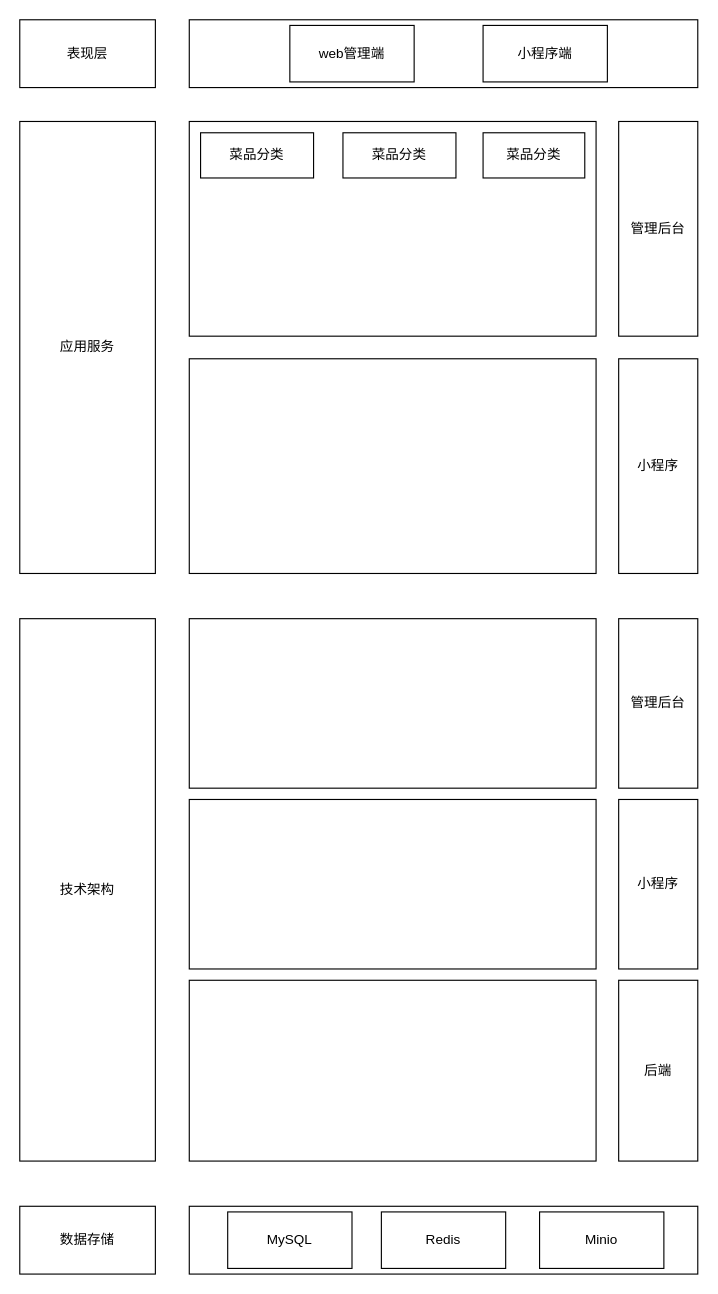
wuyuhang911/draw keeps this draw.io diagram as 系统层次.drawio. Above is the earlier version. Source tidied: cells renumbered, new cells numbered last; positions are measured from the earlier drawing's top-left corner, leaving out a move shared by most shapes. Both pictures are drawn from the tidied source at 113%, with x=0, y=0 at pixel (19, 19).
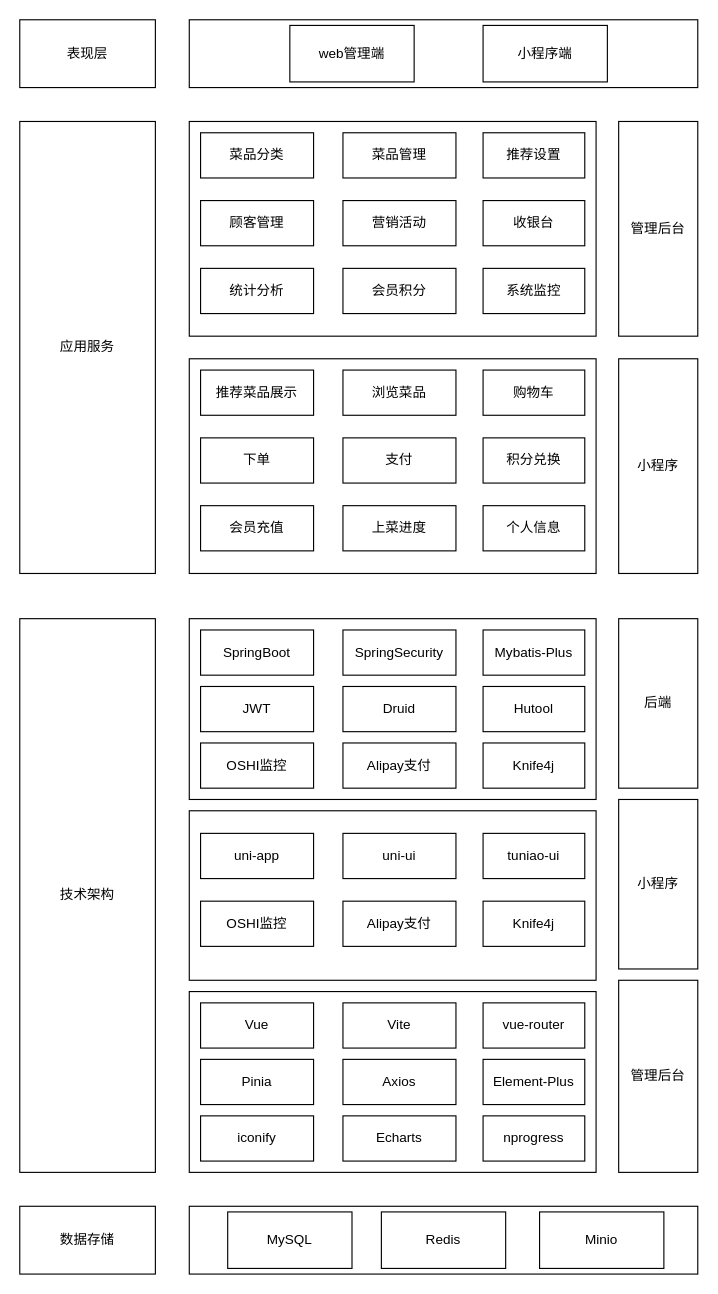
The same page after the edit.

Commit message (it also covers changes not shown here):
更新系统层次.drawio

The edit, as a diff of the source:
```diff
@@
     <mxCell id="7" value="技术架构" style="rounded=0;whiteSpace=wrap;html=1;" parent="1" vertex="1">
-      <mxGeometry y="530" width="120" height="480" as="geometry" />
+      <mxGeometry y="530" width="120" height="490" as="geometry" />
     </mxCell>
@@
     <mxCell id="13" style="rounded=0;whiteSpace=wrap;html=1;" parent="1" vertex="1">
-      <mxGeometry x="150" y="530" width="360" height="150" as="geometry" />
+      <mxGeometry x="150" y="530" width="360" height="160" as="geometry" />
     </mxCell>
-    <mxCell id="14" value="管理后台" style="rounded=0;whiteSpace=wrap;html=1;" parent="1" vertex="1">
+    <mxCell id="14" value="后端" style="rounded=0;whiteSpace=wrap;html=1;" parent="1" vertex="1">
       <mxGeometry x="530" y="530" width="70" height="150" as="geometry" />
     </mxCell>
     <mxCell id="15" style="rounded=0;whiteSpace=wrap;html=1;" parent="1" vertex="1">
-      <mxGeometry x="150" y="850" width="360" height="160" as="geometry" />
+      <mxGeometry x="150" y="860" width="360" height="160" as="geometry" />
     </mxCell>
-    <mxCell id="16" value="后端" style="rounded=0;whiteSpace=wrap;html=1;" parent="1" vertex="1">
-      <mxGeometry x="530" y="850" width="70" height="160" as="geometry" />
+    <mxCell id="16" value="管理后台" style="rounded=0;whiteSpace=wrap;html=1;" parent="1" vertex="1">
+      <mxGeometry x="530" y="850" width="70" height="170" as="geometry" />
     </mxCell>
@@
     <mxCell id="21" style="rounded=0;whiteSpace=wrap;html=1;" parent="1" vertex="1">
-      <mxGeometry x="150" y="690" width="360" height="150" as="geometry" />
+      <mxGeometry x="150" y="700" width="360" height="150" as="geometry" />
     </mxCell>
@@
-    <mxCell id="24" value="菜品分类" style="rounded=0;whiteSpace=wrap;html=1;" parent="1" vertex="1">
+    <mxCell id="24" value="菜品管理" style="rounded=0;whiteSpace=wrap;html=1;" parent="1" vertex="1">
       <mxGeometry x="286" y="100" width="100" height="40" as="geometry" />
     </mxCell>
-    <mxCell id="25" value="菜品分类" style="rounded=0;whiteSpace=wrap;html=1;" parent="1" vertex="1">
+    <mxCell id="25" value="推荐设置" style="rounded=0;whiteSpace=wrap;html=1;" parent="1" vertex="1">
       <mxGeometry x="410" y="100" width="90" height="40" as="geometry" />
     </mxCell>
+    <mxCell id="26" value="顾客管理" style="rounded=0;whiteSpace=wrap;html=1;" parent="1" vertex="1">
+      <mxGeometry x="160" y="160" width="100" height="40" as="geometry" />
+    </mxCell>
+    <mxCell id="27" value="统计分析" style="rounded=0;whiteSpace=wrap;html=1;" parent="1" vertex="1">
+      <mxGeometry x="160" y="220" width="100" height="40" as="geometry" />
+    </mxCell>
+    <mxCell id="28" value="营销活动" style="rounded=0;whiteSpace=wrap;html=1;" parent="1" vertex="1">
+      <mxGeometry x="286" y="160" width="100" height="40" as="geometry" />
+    </mxCell>
+    <mxCell id="29" value="会员积分" style="rounded=0;whiteSpace=wrap;html=1;" parent="1" vertex="1">
+      <mxGeometry x="286" y="220" width="100" height="40" as="geometry" />
+    </mxCell>
+    <mxCell id="30" value="收银台" style="rounded=0;whiteSpace=wrap;html=1;" parent="1" vertex="1">
+      <mxGeometry x="410" y="160" width="90" height="40" as="geometry" />
+    </mxCell>
+    <mxCell id="31" value="系统监控" style="rounded=0;whiteSpace=wrap;html=1;" parent="1" vertex="1">
+      <mxGeometry x="410" y="220" width="90" height="40" as="geometry" />
+    </mxCell>
+    <mxCell id="32" value="推荐菜品展示" style="rounded=0;whiteSpace=wrap;html=1;" parent="1" vertex="1">
+      <mxGeometry x="160" y="310" width="100" height="40" as="geometry" />
+    </mxCell>
+    <mxCell id="33" value="浏览菜品" style="rounded=0;whiteSpace=wrap;html=1;" parent="1" vertex="1">
+      <mxGeometry x="286" y="310" width="100" height="40" as="geometry" />
+    </mxCell>
+    <mxCell id="34" value="购物车" style="rounded=0;whiteSpace=wrap;html=1;" parent="1" vertex="1">
+      <mxGeometry x="410" y="310" width="90" height="40" as="geometry" />
+    </mxCell>
+    <mxCell id="35" value="下单" style="rounded=0;whiteSpace=wrap;html=1;" parent="1" vertex="1">
+      <mxGeometry x="160" y="370" width="100" height="40" as="geometry" />
+    </mxCell>
+    <mxCell id="36" value="支付" style="rounded=0;whiteSpace=wrap;html=1;" parent="1" vertex="1">
+      <mxGeometry x="286" y="370" width="100" height="40" as="geometry" />
+    </mxCell>
+    <mxCell id="37" value="积分兑换" style="rounded=0;whiteSpace=wrap;html=1;" parent="1" vertex="1">
+      <mxGeometry x="410" y="370" width="90" height="40" as="geometry" />
+    </mxCell>
+    <mxCell id="38" value="会员充值" style="rounded=0;whiteSpace=wrap;html=1;" parent="1" vertex="1">
+      <mxGeometry x="160" y="430" width="100" height="40" as="geometry" />
+    </mxCell>
+    <mxCell id="39" value="上菜进度" style="rounded=0;whiteSpace=wrap;html=1;" parent="1" vertex="1">
+      <mxGeometry x="286" y="430" width="100" height="40" as="geometry" />
+    </mxCell>
+    <mxCell id="40" value="个人信息" style="rounded=0;whiteSpace=wrap;html=1;" parent="1" vertex="1">
+      <mxGeometry x="410" y="430" width="90" height="40" as="geometry" />
+    </mxCell>
+    <mxCell id="41" value="SpringBoot" style="rounded=0;whiteSpace=wrap;html=1;" parent="1" vertex="1">
+      <mxGeometry x="160" y="540" width="100" height="40" as="geometry" />
+    </mxCell>
+    <mxCell id="42" value="SpringSecurity" style="rounded=0;whiteSpace=wrap;html=1;" parent="1" vertex="1">
+      <mxGeometry x="286" y="540" width="100" height="40" as="geometry" />
+    </mxCell>
+    <mxCell id="43" value="Mybatis-Plus" style="rounded=0;whiteSpace=wrap;html=1;" parent="1" vertex="1">
+      <mxGeometry x="410" y="540" width="90" height="40" as="geometry" />
+    </mxCell>
+    <mxCell id="44" value="JWT" style="rounded=0;whiteSpace=wrap;html=1;" parent="1" vertex="1">
+      <mxGeometry x="160" y="590" width="100" height="40" as="geometry" />
+    </mxCell>
+    <mxCell id="45" value="Druid" style="rounded=0;whiteSpace=wrap;html=1;" parent="1" vertex="1">
+      <mxGeometry x="286" y="590" width="100" height="40" as="geometry" />
+    </mxCell>
+    <mxCell id="46" value="Hutool" style="rounded=0;whiteSpace=wrap;html=1;" parent="1" vertex="1">
+      <mxGeometry x="410" y="590" width="90" height="40" as="geometry" />
+    </mxCell>
+    <mxCell id="47" value="OSHI监控" style="rounded=0;whiteSpace=wrap;html=1;" parent="1" vertex="1">
+      <mxGeometry x="160" y="640" width="100" height="40" as="geometry" />
+    </mxCell>
+    <mxCell id="48" value="Alipay支付" style="rounded=0;whiteSpace=wrap;html=1;" parent="1" vertex="1">
+      <mxGeometry x="286" y="640" width="100" height="40" as="geometry" />
+    </mxCell>
+    <mxCell id="49" value="Knife4j" style="rounded=0;whiteSpace=wrap;html=1;" parent="1" vertex="1">
+      <mxGeometry x="410" y="640" width="90" height="40" as="geometry" />
+    </mxCell>
+    <mxCell id="50" value="uni-app" style="rounded=0;whiteSpace=wrap;html=1;" parent="1" vertex="1">
+      <mxGeometry x="160" y="720" width="100" height="40" as="geometry" />
+    </mxCell>
+    <mxCell id="51" value="uni-ui" style="rounded=0;whiteSpace=wrap;html=1;" parent="1" vertex="1">
+      <mxGeometry x="286" y="720" width="100" height="40" as="geometry" />
+    </mxCell>
+    <mxCell id="52" value="tuniao-ui" style="rounded=0;whiteSpace=wrap;html=1;" parent="1" vertex="1">
+      <mxGeometry x="410" y="720" width="90" height="40" as="geometry" />
+    </mxCell>
+    <mxCell id="53" value="OSHI监控" style="rounded=0;whiteSpace=wrap;html=1;" parent="1" vertex="1">
+      <mxGeometry x="160" y="780" width="100" height="40" as="geometry" />
+    </mxCell>
+    <mxCell id="54" value="Alipay支付" style="rounded=0;whiteSpace=wrap;html=1;" parent="1" vertex="1">
+      <mxGeometry x="286" y="780" width="100" height="40" as="geometry" />
+    </mxCell>
+    <mxCell id="55" value="Knife4j" style="rounded=0;whiteSpace=wrap;html=1;" parent="1" vertex="1">
+      <mxGeometry x="410" y="780" width="90" height="40" as="geometry" />
+    </mxCell>
+    <mxCell id="56" value="Vue" style="rounded=0;whiteSpace=wrap;html=1;" parent="1" vertex="1">
+      <mxGeometry x="160" y="870" width="100" height="40" as="geometry" />
+    </mxCell>
+    <mxCell id="57" value="Vite" style="rounded=0;whiteSpace=wrap;html=1;" parent="1" vertex="1">
+      <mxGeometry x="286" y="870" width="100" height="40" as="geometry" />
+    </mxCell>
+    <mxCell id="58" value="vue-router" style="rounded=0;whiteSpace=wrap;html=1;" parent="1" vertex="1">
+      <mxGeometry x="410" y="870" width="90" height="40" as="geometry" />
+    </mxCell>
+    <mxCell id="59" value="Pinia" style="rounded=0;whiteSpace=wrap;html=1;" parent="1" vertex="1">
+      <mxGeometry x="160" y="920" width="100" height="40" as="geometry" />
+    </mxCell>
+    <mxCell id="60" value="Axios" style="rounded=0;whiteSpace=wrap;html=1;" parent="1" vertex="1">
+      <mxGeometry x="286" y="920" width="100" height="40" as="geometry" />
+    </mxCell>
+    <mxCell id="61" value="Element-Plus" style="rounded=0;whiteSpace=wrap;html=1;" parent="1" vertex="1">
+      <mxGeometry x="410" y="920" width="90" height="40" as="geometry" />
+    </mxCell>
+    <mxCell id="62" value="iconify" style="rounded=0;whiteSpace=wrap;html=1;" parent="1" vertex="1">
+      <mxGeometry x="160" y="970" width="100" height="40" as="geometry" />
+    </mxCell>
+    <mxCell id="63" value="Echarts" style="rounded=0;whiteSpace=wrap;html=1;" parent="1" vertex="1">
+      <mxGeometry x="286" y="970" width="100" height="40" as="geometry" />
+    </mxCell>
+    <mxCell id="64" value="nprogress" style="rounded=0;whiteSpace=wrap;html=1;" parent="1" vertex="1">
+      <mxGeometry x="410" y="970" width="90" height="40" as="geometry" />
+    </mxCell>
```
